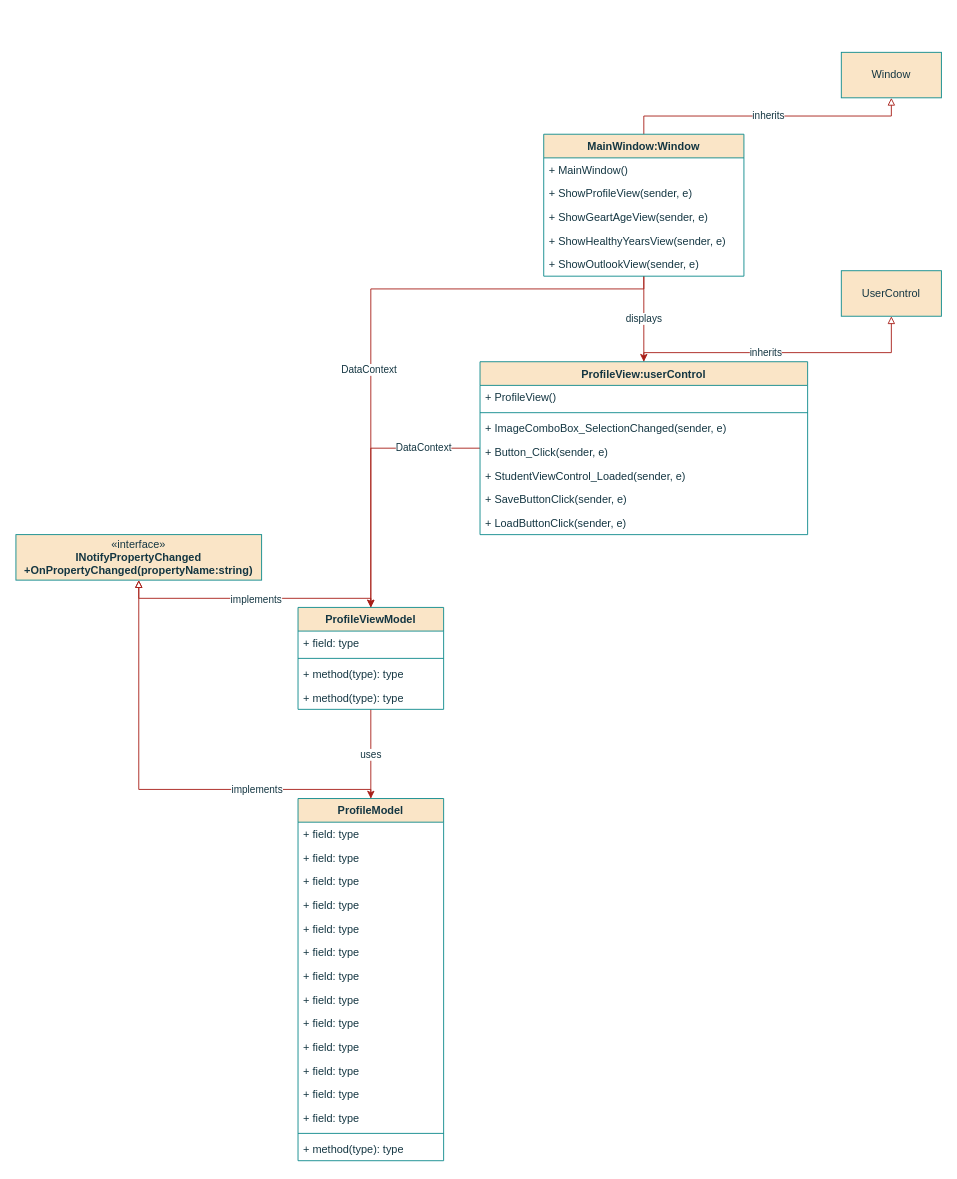
Before: Klassendiagramm.drawio in PythonPokemon/Draw.io, a draw.io diagram. Source tidied: cells renumbered, new cells numbered last; positions are measured from the earlier drawing's top-left corner, leaving out a move shared by most shapes. Both pictures are drawn from the tidied source at 91%, with x=0, y=0 at pixel (15, 52).
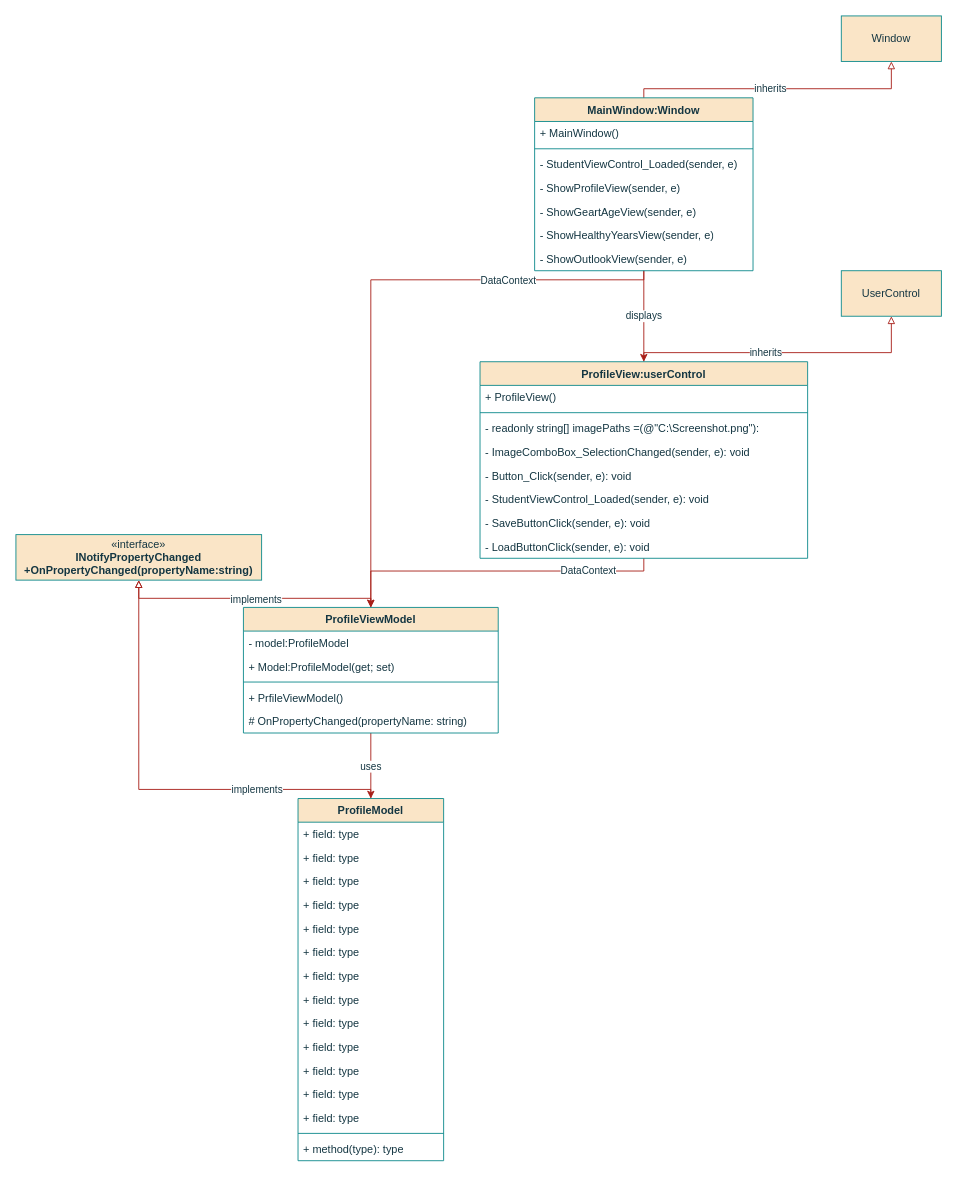
After the change.

The edit, as a diff of the source:
```diff
@@
-    <mxCell id="2" style="edgeStyle=orthogonalEdgeStyle;rounded=0;jettySize=auto;html=1;entryX=0.5;entryY=1;entryDx=0;entryDy=0;endArrow=block;endFill=0;labelBackgroundColor=none;strokeColor=#A8201A;fontColor=default;" parent="1" edge="1" source="8" target="14">
+    <mxCell id="2" style="edgeStyle=orthogonalEdgeStyle;rounded=0;jettySize=auto;html=1;entryX=0.5;entryY=1;entryDx=0;entryDy=0;endArrow=block;endFill=0;labelBackgroundColor=none;strokeColor=#A8201A;fontColor=default;exitX=0.5;exitY=0.079;exitDx=0;exitDy=0;exitPerimeter=0;" parent="1" edge="1" source="8" target="14">
       <mxGeometry relative="1" as="geometry">
         <Array as="points">
-          <mxPoint x="690" y="70" />
-          <mxPoint x="962" y="70" />
+          <mxPoint x="690" y="40" />
+          <mxPoint x="962" y="40" />
         </Array>
       </mxGeometry>
     </mxCell>
@@
-    <mxCell id="6" style="edgeStyle=orthogonalEdgeStyle;rounded=0;jettySize=auto;html=1;strokeColor=#A8201A;fontColor=#143642;fillColor=#FAE5C7;" parent="1" edge="1" source="8" target="33">
-      <mxGeometry relative="1" as="geometry">
-        <Array as="points">
-          <mxPoint x="690" y="260" />
-          <mxPoint x="390" y="260" />
-        </Array>
-      </mxGeometry>
-    </mxCell>
-    <mxCell id="7" value="DataContext" style="edgeLabel;html=1;align=center;verticalAlign=middle;strokeColor=#0F8B8D;fontColor=#143642;fillColor=#FAE5C7;" parent="6" vertex="1">
-      <mxGeometry x="0.21" y="-3" relative="1" as="geometry" />
-    </mxCell>
-    <mxCell id="8" value="MainWindow:Window" style="swimlane;fontStyle=1;align=center;verticalAlign=top;horizontal=1;startSize=26;whiteSpace=wrap;html=1;labelBackgroundColor=none;fillColor=#FAE5C7;strokeColor=#0F8B8D;fontColor=#143642;" parent="1" vertex="1">
-      <mxGeometry x="580" y="90" width="220" height="156" as="geometry" />
-    </mxCell>
-    <mxCell id="9" value="+ MainWindow()" style="text;strokeColor=none;fillColor=none;align=left;verticalAlign=top;spacingLeft=4;spacingRight=4;overflow=hidden;whiteSpace=wrap;html=1;labelBackgroundColor=none;fontColor=#143642;" parent="8" vertex="1">
-      <mxGeometry y="26" width="220" height="26" as="geometry" />
-    </mxCell>
-    <mxCell id="10" value="+ ShowProfileView(sender, e)" style="text;strokeColor=none;fillColor=none;align=left;verticalAlign=top;spacingLeft=4;spacingRight=4;overflow=hidden;whiteSpace=wrap;html=1;labelBackgroundColor=none;fontColor=#143642;" parent="8" vertex="1">
-      <mxGeometry y="52" width="220" height="26" as="geometry" />
-    </mxCell>
-    <mxCell id="11" value="+ ShowGeartAgeView(sender, e)" style="text;strokeColor=none;fillColor=none;align=left;verticalAlign=top;spacingLeft=4;spacingRight=4;overflow=hidden;whiteSpace=wrap;html=1;labelBackgroundColor=none;fontColor=#143642;" parent="8" vertex="1">
-      <mxGeometry y="78" width="220" height="26" as="geometry" />
-    </mxCell>
-    <mxCell id="12" value="+ ShowHealthyYearsView(sender, e)" style="text;strokeColor=none;fillColor=none;align=left;verticalAlign=top;spacingLeft=4;spacingRight=4;overflow=hidden;whiteSpace=wrap;html=1;labelBackgroundColor=none;fontColor=#143642;" parent="8" vertex="1">
-      <mxGeometry y="104" width="220" height="26" as="geometry" />
-    </mxCell>
-    <mxCell id="13" value="+ ShowOutlookView(sender, e)" style="text;strokeColor=none;fillColor=none;align=left;verticalAlign=top;spacingLeft=4;spacingRight=4;overflow=hidden;whiteSpace=wrap;html=1;labelBackgroundColor=none;fontColor=#143642;" parent="8" vertex="1">
-      <mxGeometry y="130" width="220" height="26" as="geometry" />
-    </mxCell>
     <mxCell id="14" value="Window" style="html=1;whiteSpace=wrap;labelBackgroundColor=none;fillColor=#FAE5C7;strokeColor=#0F8B8D;fontColor=#143642;" parent="1" vertex="1">
-      <mxGeometry x="907" width="110" height="50" as="geometry" />
+      <mxGeometry x="907" y="-40" width="110" height="50" as="geometry" />
     </mxCell>
@@
     <mxCell id="17" style="edgeStyle=orthogonalEdgeStyle;rounded=0;jettySize=auto;html=1;strokeColor=#A8201A;fontColor=#143642;fillColor=#FAE5C7;" parent="1" edge="1" source="19" target="33">
-      <mxGeometry relative="1" as="geometry" />
+      <mxGeometry relative="1" as="geometry">
+        <Array as="points">
+          <mxPoint x="690" y="570" />
+          <mxPoint x="390" y="570" />
+        </Array>
+      </mxGeometry>
     </mxCell>
@@
     <mxCell id="19" value="ProfileView:userControl" style="swimlane;fontStyle=1;align=center;verticalAlign=top;horizontal=1;startSize=26;whiteSpace=wrap;html=1;labelBackgroundColor=none;fillColor=#FAE5C7;strokeColor=#0F8B8D;fontColor=#143642;" parent="1" vertex="1">
-      <mxGeometry x="510" y="340" width="360" height="190" as="geometry" />
+      <mxGeometry x="510" y="340" width="360" height="216" as="geometry" />
     </mxCell>
@@
+    <mxCell id="57" value="- readonly string[] imagePaths =(@&quot;C:\Screenshot.png&quot;):&amp;nbsp;" style="text;strokeColor=none;fillColor=none;align=left;verticalAlign=top;spacingLeft=4;spacingRight=4;overflow=hidden;whiteSpace=wrap;html=1;labelBackgroundColor=none;fontColor=#143642;" parent="19" vertex="1">
+      <mxGeometry y="60" width="360" height="26" as="geometry" />
+    </mxCell>
-    <mxCell id="22" value="+ ImageComboBox_SelectionChanged(sender, e)" style="text;strokeColor=none;fillColor=none;align=left;verticalAlign=top;spacingLeft=4;spacingRight=4;overflow=hidden;whiteSpace=wrap;html=1;labelBackgroundColor=none;fontColor=#143642;" parent="19" vertex="1">
-      <mxGeometry y="60" width="360" height="26" as="geometry" />
+    <mxCell id="22" value="- ImageComboBox_SelectionChanged(sender, e): void" style="text;strokeColor=none;fillColor=none;align=left;verticalAlign=top;spacingLeft=4;spacingRight=4;overflow=hidden;whiteSpace=wrap;html=1;labelBackgroundColor=none;fontColor=#143642;" parent="19" vertex="1">
+      <mxGeometry y="86" width="360" height="26" as="geometry" />
     </mxCell>
-    <mxCell id="23" value="+ Button_Click(sender, e)" style="text;strokeColor=none;fillColor=none;align=left;verticalAlign=top;spacingLeft=4;spacingRight=4;overflow=hidden;whiteSpace=wrap;html=1;labelBackgroundColor=none;fontColor=#143642;" parent="19" vertex="1">
-      <mxGeometry y="86" width="360" height="26" as="geometry" />
+    <mxCell id="23" value="- Button_Click(sender, e): void" style="text;strokeColor=none;fillColor=none;align=left;verticalAlign=top;spacingLeft=4;spacingRight=4;overflow=hidden;whiteSpace=wrap;html=1;labelBackgroundColor=none;fontColor=#143642;" parent="19" vertex="1">
+      <mxGeometry y="112" width="360" height="26" as="geometry" />
     </mxCell>
-    <mxCell id="24" value="+ StudentViewControl_Loaded(sender, e)" style="text;strokeColor=none;fillColor=none;align=left;verticalAlign=top;spacingLeft=4;spacingRight=4;overflow=hidden;whiteSpace=wrap;html=1;labelBackgroundColor=none;fontColor=#143642;" parent="19" vertex="1">
-      <mxGeometry y="112" width="360" height="26" as="geometry" />
+    <mxCell id="24" value="- StudentViewControl_Loaded(sender, e): void" style="text;strokeColor=none;fillColor=none;align=left;verticalAlign=top;spacingLeft=4;spacingRight=4;overflow=hidden;whiteSpace=wrap;html=1;labelBackgroundColor=none;fontColor=#143642;" parent="19" vertex="1">
+      <mxGeometry y="138" width="360" height="26" as="geometry" />
     </mxCell>
-    <mxCell id="25" value="+ SaveButtonClick(sender, e)" style="text;strokeColor=none;fillColor=none;align=left;verticalAlign=top;spacingLeft=4;spacingRight=4;overflow=hidden;whiteSpace=wrap;html=1;labelBackgroundColor=none;fontColor=#143642;" parent="19" vertex="1">
-      <mxGeometry y="138" width="360" height="26" as="geometry" />
+    <mxCell id="25" value="- SaveButtonClick(sender, e): void" style="text;strokeColor=none;fillColor=none;align=left;verticalAlign=top;spacingLeft=4;spacingRight=4;overflow=hidden;whiteSpace=wrap;html=1;labelBackgroundColor=none;fontColor=#143642;" parent="19" vertex="1">
+      <mxGeometry y="164" width="360" height="26" as="geometry" />
     </mxCell>
-    <mxCell id="26" value="+ LoadButtonClick(sender, e)" style="text;strokeColor=none;fillColor=none;align=left;verticalAlign=top;spacingLeft=4;spacingRight=4;overflow=hidden;whiteSpace=wrap;html=1;labelBackgroundColor=none;fontColor=#143642;" parent="19" vertex="1">
-      <mxGeometry y="164" width="360" height="26" as="geometry" />
+    <mxCell id="26" value="- LoadButtonClick(sender, e): void" style="text;strokeColor=none;fillColor=none;align=left;verticalAlign=top;spacingLeft=4;spacingRight=4;overflow=hidden;whiteSpace=wrap;html=1;labelBackgroundColor=none;fontColor=#143642;" parent="19" vertex="1">
+      <mxGeometry y="190" width="360" height="26" as="geometry" />
     </mxCell>
@@
     <mxCell id="33" value="ProfileViewModel" style="swimlane;fontStyle=1;align=center;verticalAlign=top;horizontal=1;startSize=26;whiteSpace=wrap;html=1;labelBackgroundColor=none;fillColor=#FAE5C7;strokeColor=#0F8B8D;fontColor=#143642;" parent="1" vertex="1">
-      <mxGeometry x="310" y="610" width="160" height="112" as="geometry" />
+      <mxGeometry x="250" y="610" width="280" height="138" as="geometry" />
     </mxCell>
-    <mxCell id="34" value="+ field: type" style="text;strokeColor=none;fillColor=none;align=left;verticalAlign=top;spacingLeft=4;spacingRight=4;overflow=hidden;whiteSpace=wrap;html=1;labelBackgroundColor=none;fontColor=#143642;" parent="33" vertex="1">
-      <mxGeometry y="26" width="160" height="26" as="geometry" />
+    <mxCell id="34" value="- model:ProfileModel" style="text;strokeColor=none;fillColor=none;align=left;verticalAlign=top;spacingLeft=4;spacingRight=4;overflow=hidden;whiteSpace=wrap;html=1;labelBackgroundColor=none;fontColor=#143642;" parent="33" vertex="1">
+      <mxGeometry y="26" width="280" height="26" as="geometry" />
     </mxCell>
+    <mxCell id="58" value="+ Model:ProfileModel(get; set)" style="text;strokeColor=none;fillColor=none;align=left;verticalAlign=top;spacingLeft=4;spacingRight=4;overflow=hidden;whiteSpace=wrap;html=1;labelBackgroundColor=none;fontColor=#143642;" parent="33" vertex="1">
+      <mxGeometry y="52" width="280" height="26" as="geometry" />
+    </mxCell>
     <mxCell id="35" style="line;strokeWidth=1;fillColor=none;align=left;verticalAlign=middle;spacingTop=-1;spacingLeft=3;spacingRight=3;labelPosition=right;strokeColor=#0F8B8D;labelBackgroundColor=none;fontColor=#143642;" parent="33" vertex="1">
-      <mxGeometry y="52" width="160" height="8" as="geometry" />
+      <mxGeometry y="78" width="280" height="8" as="geometry" />
     </mxCell>
-    <mxCell id="36" value="+ method(type): type" style="text;strokeColor=none;fillColor=none;align=left;verticalAlign=top;spacingLeft=4;spacingRight=4;overflow=hidden;whiteSpace=wrap;html=1;labelBackgroundColor=none;fontColor=#143642;" parent="33" vertex="1">
-      <mxGeometry y="60" width="160" height="26" as="geometry" />
+    <mxCell id="36" value="+ PrfileViewModel()" style="text;strokeColor=none;fillColor=none;align=left;verticalAlign=top;spacingLeft=4;spacingRight=4;overflow=hidden;whiteSpace=wrap;html=1;labelBackgroundColor=none;fontColor=#143642;" parent="33" vertex="1">
+      <mxGeometry y="86" width="280" height="26" as="geometry" />
     </mxCell>
-    <mxCell id="37" value="+ method(type): type" style="text;strokeColor=none;fillColor=none;align=left;verticalAlign=top;spacingLeft=4;spacingRight=4;overflow=hidden;whiteSpace=wrap;html=1;labelBackgroundColor=none;fontColor=#143642;" parent="33" vertex="1">
-      <mxGeometry y="86" width="160" height="26" as="geometry" />
+    <mxCell id="37" value="#&amp;nbsp;OnPropertyChanged(propertyName: string)" style="text;strokeColor=none;fillColor=none;align=left;verticalAlign=top;spacingLeft=4;spacingRight=4;overflow=hidden;whiteSpace=wrap;html=1;labelBackgroundColor=none;fontColor=#143642;" parent="33" vertex="1">
+      <mxGeometry y="112" width="280" height="26" as="geometry" />
     </mxCell>
@@
+    <mxCell id="6" style="edgeStyle=orthogonalEdgeStyle;rounded=0;jettySize=auto;html=1;entryX=0.5;entryY=0;entryDx=0;entryDy=0;strokeColor=#A8201A;fontColor=#143642;fillColor=#FAE5C7;" parent="1" edge="1" source="8" target="33">
+      <mxGeometry relative="1" as="geometry">
+        <Array as="points">
+          <mxPoint x="690" y="250" />
+          <mxPoint x="390" y="250" />
+        </Array>
+      </mxGeometry>
+    </mxCell>
+    <mxCell id="7" value="DataContext" style="edgeLabel;html=1;align=center;verticalAlign=middle;strokeColor=#0F8B8D;fontColor=#143642;fillColor=#FAE5C7;" parent="6" vertex="1">
+      <mxGeometry x="-0.52" relative="1" as="geometry">
+        <mxPoint x="1" as="offset" />
+      </mxGeometry>
+    </mxCell>
+    <mxCell id="8" value="MainWindow:Window" style="swimlane;fontStyle=1;align=center;verticalAlign=top;horizontal=1;startSize=26;whiteSpace=wrap;html=1;strokeColor=#0F8B8D;fontColor=#143642;fillColor=#FAE5C7;" parent="1" vertex="1">
+      <mxGeometry x="570" y="50" width="240" height="190" as="geometry" />
+    </mxCell>
+    <mxCell id="9" value="+ MainWindow()" style="text;strokeColor=none;fillColor=none;align=left;verticalAlign=top;spacingLeft=4;spacingRight=4;overflow=hidden;whiteSpace=wrap;html=1;fontColor=#143642;" parent="8" vertex="1">
+      <mxGeometry y="26" width="240" height="26" as="geometry" />
+    </mxCell>
+    <mxCell id="59" style="line;strokeWidth=1;fillColor=none;align=left;verticalAlign=middle;spacingTop=-1;spacingLeft=3;spacingRight=3;labelPosition=right;strokeColor=inherit;fontColor=#143642;" parent="8" vertex="1">
+      <mxGeometry y="52" width="240" height="8" as="geometry" />
+    </mxCell>
+    <mxCell id="60" value="- StudentViewControl_Loaded(sender, e)" style="text;strokeColor=none;fillColor=none;align=left;verticalAlign=top;spacingLeft=4;spacingRight=4;overflow=hidden;whiteSpace=wrap;html=1;fontColor=#143642;" parent="8" vertex="1">
+      <mxGeometry y="60" width="240" height="26" as="geometry" />
+    </mxCell>
+    <mxCell id="61" value="- ShowProfileView(sender, e)" style="text;strokeColor=none;fillColor=none;align=left;verticalAlign=top;spacingLeft=4;spacingRight=4;overflow=hidden;whiteSpace=wrap;html=1;fontColor=#143642;" parent="8" vertex="1">
+      <mxGeometry y="86" width="240" height="26" as="geometry" />
+    </mxCell>
+    <mxCell id="62" value="- ShowGeartAgeView(sender, e)" style="text;strokeColor=none;fillColor=none;align=left;verticalAlign=top;spacingLeft=4;spacingRight=4;overflow=hidden;whiteSpace=wrap;html=1;fontColor=#143642;" parent="8" vertex="1">
+      <mxGeometry y="112" width="240" height="26" as="geometry" />
+    </mxCell>
+    <mxCell id="63" value="- ShowHealthyYearsView(sender, e)" style="text;strokeColor=none;fillColor=none;align=left;verticalAlign=top;spacingLeft=4;spacingRight=4;overflow=hidden;whiteSpace=wrap;html=1;fontColor=#143642;" parent="8" vertex="1">
+      <mxGeometry y="138" width="240" height="26" as="geometry" />
+    </mxCell>
+    <mxCell id="64" value="- ShowOutlookView(sender, e)" style="text;strokeColor=none;fillColor=none;align=left;verticalAlign=top;spacingLeft=4;spacingRight=4;overflow=hidden;whiteSpace=wrap;html=1;fontColor=#143642;" parent="8" vertex="1">
+      <mxGeometry y="164" width="240" height="26" as="geometry" />
+    </mxCell>
```
